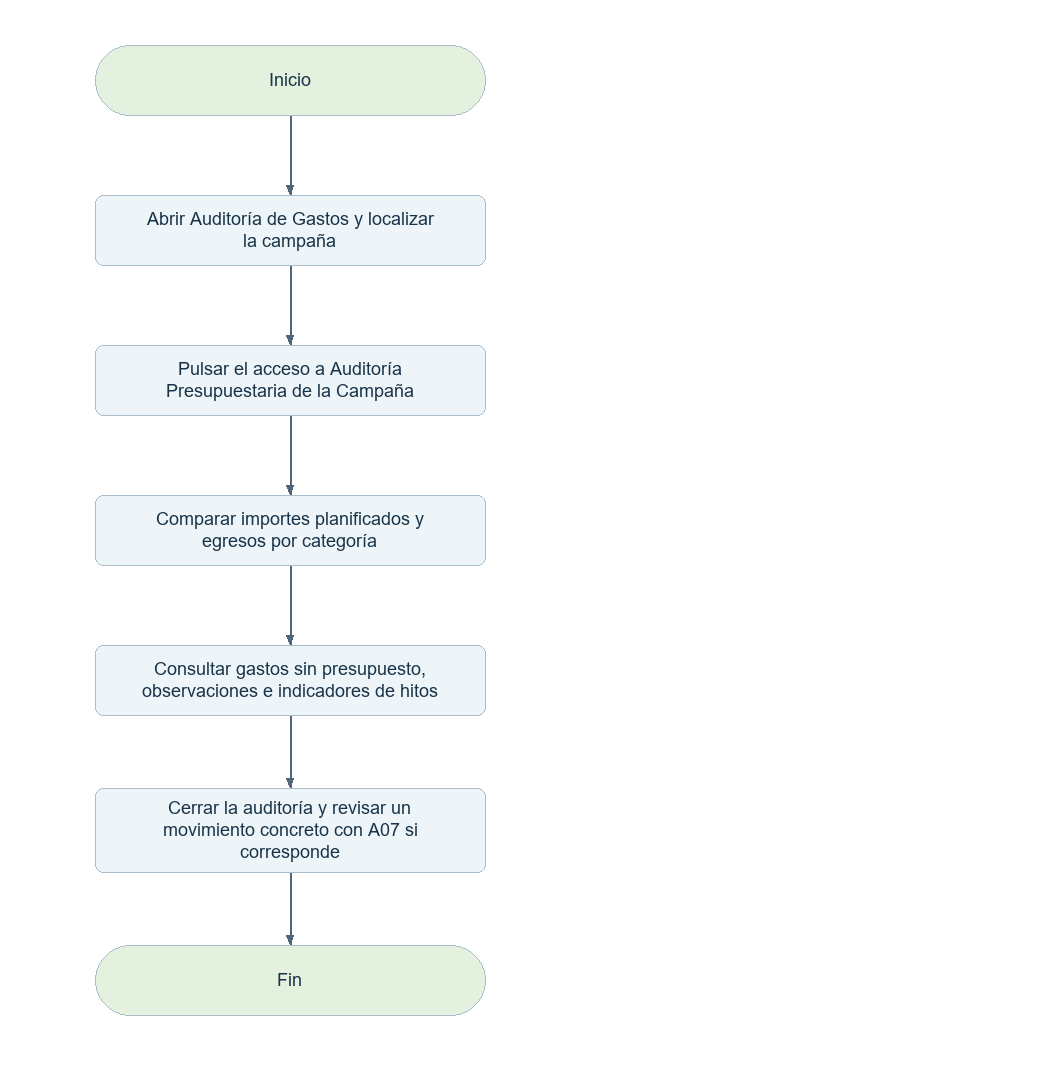
Before: docs/diagramas-web/png/A08.png, a diagram exported from Mermaid (elingeyesdev/t3-crowdfunding-inversion). Its source is kept beside it as docs/diagramas-web/mermaid/A08.mmd. Its diagram source:
```mermaid
flowchart TD
  N0(["Inicio"])
  N0 --> N1
  N1["Abrir Auditoría de Gastos y localizar la campaña"]
  N1 --> N2
  N2["Pulsar el acceso a Auditoría Presupuestaria de la Campaña"]
  N2 --> N3
  N3["Comparar importes planificados y egresos por categoría"]
  N3 --> N4
  N4["Consultar gastos sin presupuesto, observaciones e indicadores de hitos"]
  N4 --> N5
  N5["Cerrar la auditoría y revisar un movimiento concreto con A07 si corresponde"]
  N5 --> N6
  N6(["Fin"])
```
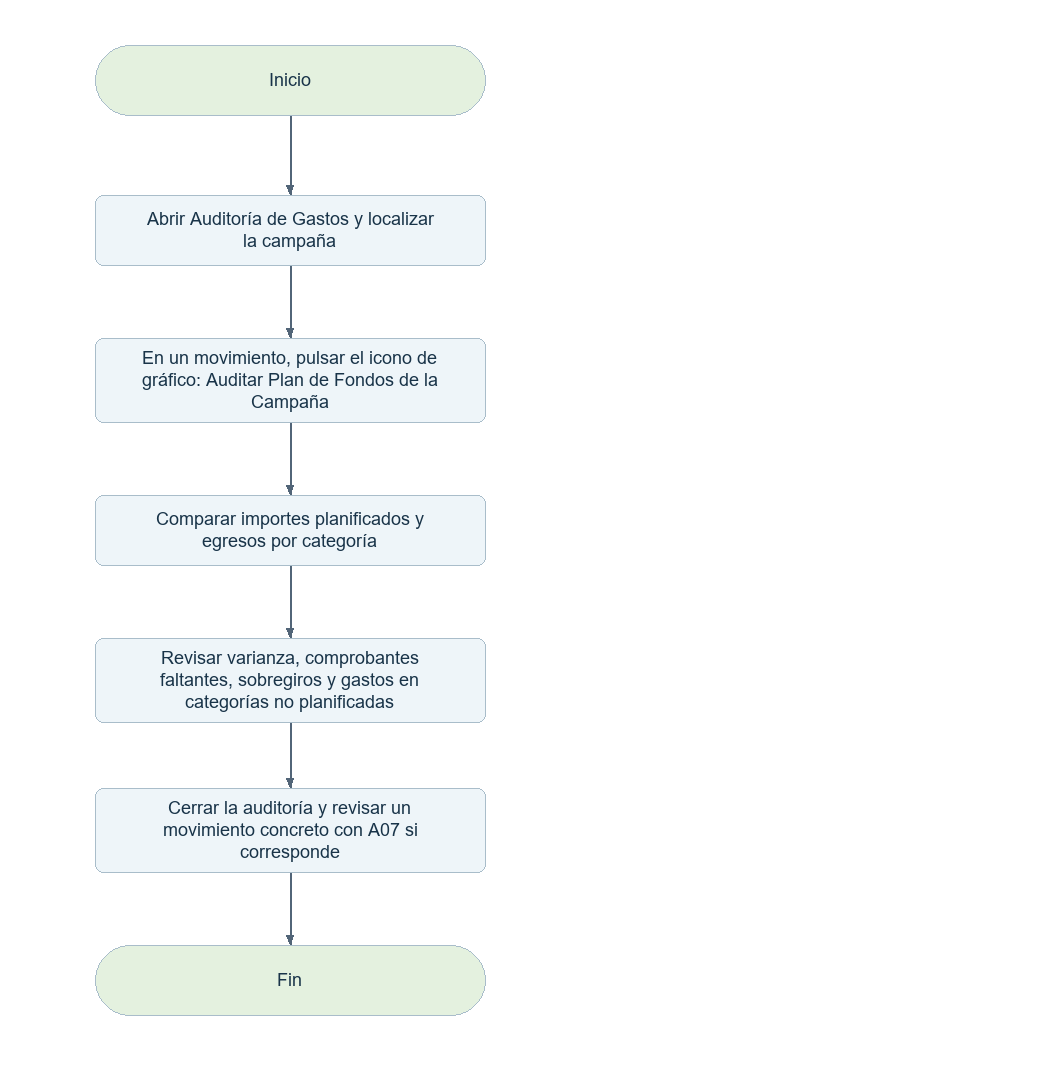
Above is the later version.

Diff of the diagram source:
```diff
@@ -3,11 +3,11 @@
   N0 --> N1
   N1["Abrir Auditoría de Gastos y localizar la campaña"]
   N1 --> N2
-  N2["Pulsar el acceso a Auditoría Presupuestaria de la Campaña"]
+  N2["En un movimiento, pulsar el icono de gráfico: Auditar Plan de Fondos de la Campaña"]
   N2 --> N3
   N3["Comparar importes planificados y egresos por categoría"]
   N3 --> N4
-  N4["Consultar gastos sin presupuesto, observaciones e indicadores de hitos"]
+  N4["Revisar varianza, comprobantes faltantes, sobregiros y gastos en categorías no planificadas"]
   N4 --> N5
   N5["Cerrar la auditoría y revisar un movimiento concreto con A07 si corresponde"]
   N5 --> N6
```
